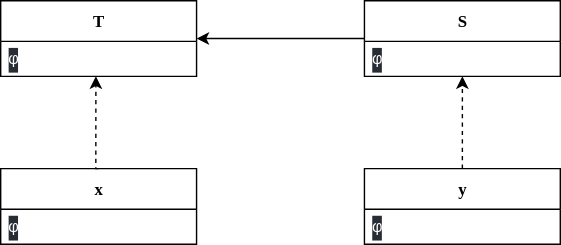
This is liskov.svg from yannicschroeer/diagrams, a draw.io export, as it was before one commit. Source tidied: cells renumbered, new cells last; positions are measured from the earlier drawing's top-left corner, leaving out a move shared by most shapes. Its diagram source:
```xml
<mxGraphModel>
  <root>
    <mxCell id="0" />
    <mxCell id="1" parent="0" />
    <mxCell id="2" value="T" style="swimlane;fontStyle=1;align=center;verticalAlign=middle;horizontal=1;startSize=29;html=1;fontFamily=Montserrat;fontSource=https%3A%2F%2Ffonts.googleapis.com%2Fcss%3Ffamily%3DMontserrat;fillColor=none;" parent="1" vertex="1">
      <mxGeometry width="140" height="54" as="geometry" />
    </mxCell>
    <mxCell id="3" value="&lt;div style=&quot;background-color: rgb(40 , 44 , 52) ; font-family: &amp;#34;menlo&amp;#34; , &amp;#34;monaco&amp;#34; , &amp;#34;courier new&amp;#34; , monospace ; line-height: 18px&quot;&gt;&lt;font color=&quot;#ffffff&quot;&gt;φ&lt;/font&gt;&lt;/div&gt;" style="text;html=1;strokeColor=none;fillColor=none;align=left;verticalAlign=middle;spacingLeft=4;spacingRight=4;overflow=hidden;points=[[0,0.5],[1,0.5]];portConstraint=eastwest;" parent="2" vertex="1">
      <mxGeometry y="29" width="140" height="25" as="geometry" />
    </mxCell>
    <mxCell id="4" style="edgeStyle=orthogonalEdgeStyle;rounded=0;jettySize=auto;html=1;exitX=0;exitY=0.5;exitDx=0;exitDy=0;fontFamily=Montserrat;fontSource=https%3A%2F%2Ffonts.googleapis.com%2Fcss%3Ffamily%3DMontserrat;fontColor=#FFFFFF;" parent="1" edge="1" source="5" target="2">
      <mxGeometry relative="1" as="geometry" />
    </mxCell>
    <mxCell id="5" value="S" style="swimlane;fontStyle=1;align=center;verticalAlign=middle;horizontal=1;startSize=29;html=1;fontFamily=Montserrat;fontSource=https%3A%2F%2Ffonts.googleapis.com%2Fcss%3Ffamily%3DMontserrat;fillColor=none;" parent="1" vertex="1">
      <mxGeometry x="260" width="140" height="54" as="geometry" />
    </mxCell>
    <mxCell id="6" value="&lt;div style=&quot;background-color: rgb(40 , 44 , 52) ; font-family: &amp;#34;menlo&amp;#34; , &amp;#34;monaco&amp;#34; , &amp;#34;courier new&amp;#34; , monospace ; line-height: 18px&quot;&gt;&lt;font color=&quot;#ffffff&quot;&gt;φ&lt;/font&gt;&lt;/div&gt;" style="text;html=1;strokeColor=none;fillColor=none;align=left;verticalAlign=middle;spacingLeft=4;spacingRight=4;overflow=hidden;points=[[0,0.5],[1,0.5]];portConstraint=eastwest;" parent="5" vertex="1">
      <mxGeometry y="29" width="140" height="25" as="geometry" />
    </mxCell>
    <mxCell id="7" style="edgeStyle=orthogonalEdgeStyle;rounded=0;jettySize=auto;html=1;exitX=0.5;exitY=0;exitDx=0;exitDy=0;entryX=0.5;entryY=1;entryDx=0;entryDy=0;entryPerimeter=0;fontFamily=Montserrat;fontSource=https%3A%2F%2Ffonts.googleapis.com%2Fcss%3Ffamily%3DMontserrat;fontColor=#FFFFFF;dashed=1;" parent="1" edge="1" source="8" target="6">
      <mxGeometry relative="1" as="geometry" />
    </mxCell>
    <mxCell id="8" value="y" style="swimlane;fontStyle=1;align=center;verticalAlign=middle;horizontal=1;startSize=29;html=1;fontFamily=Montserrat;fontSource=https%3A%2F%2Ffonts.googleapis.com%2Fcss%3Ffamily%3DMontserrat;fillColor=none;" parent="1" vertex="1">
      <mxGeometry x="260" y="120" width="140" height="54" as="geometry" />
    </mxCell>
    <mxCell id="9" value="&lt;div style=&quot;background-color: rgb(40 , 44 , 52) ; font-family: &amp;#34;menlo&amp;#34; , &amp;#34;monaco&amp;#34; , &amp;#34;courier new&amp;#34; , monospace ; line-height: 18px&quot;&gt;&lt;font color=&quot;#ffffff&quot;&gt;φ&lt;/font&gt;&lt;/div&gt;" style="text;html=1;strokeColor=none;fillColor=none;align=left;verticalAlign=middle;spacingLeft=4;spacingRight=4;overflow=hidden;" parent="8" vertex="1">
      <mxGeometry y="29" width="140" height="25" as="geometry" />
    </mxCell>
    <mxCell id="10" style="edgeStyle=orthogonalEdgeStyle;rounded=0;jettySize=auto;html=1;exitX=0.5;exitY=0;exitDx=0;exitDy=0;fontFamily=Montserrat;fontSource=https%3A%2F%2Ffonts.googleapis.com%2Fcss%3Ffamily%3DMontserrat;fontColor=#FFFFFF;entryX=0.486;entryY=1;entryDx=0;entryDy=0;entryPerimeter=0;dashed=1;" parent="1" edge="1" source="11" target="3">
      <mxGeometry relative="1" as="geometry">
        <Array as="points">
          <mxPoint x="68" y="120" />
        </Array>
      </mxGeometry>
    </mxCell>
    <mxCell id="11" value="x" style="swimlane;fontStyle=1;align=center;verticalAlign=middle;horizontal=1;startSize=29;html=1;fontFamily=Montserrat;fontSource=https%3A%2F%2Ffonts.googleapis.com%2Fcss%3Ffamily%3DMontserrat;fillColor=none;" parent="1" vertex="1">
      <mxGeometry y="120" width="140" height="54" as="geometry" />
    </mxCell>
    <mxCell id="12" value="&lt;div style=&quot;background-color: rgb(40 , 44 , 52) ; font-family: &amp;#34;menlo&amp;#34; , &amp;#34;monaco&amp;#34; , &amp;#34;courier new&amp;#34; , monospace ; line-height: 18px&quot;&gt;&lt;font color=&quot;#ffffff&quot;&gt;φ&lt;/font&gt;&lt;/div&gt;" style="text;html=1;strokeColor=none;fillColor=none;align=left;verticalAlign=middle;spacingLeft=4;spacingRight=4;overflow=hidden;" parent="11" vertex="1">
      <mxGeometry y="29" width="140" height="25" as="geometry" />
    </mxCell>
  </root>
</mxGraphModel>
```
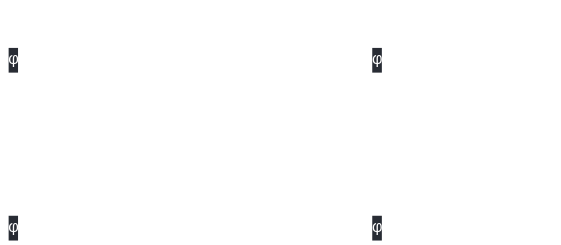
Later version of the same file.

Change to the diagram source:
```diff
@@ -2,41 +2,41 @@
   <root>
     <mxCell id="0" />
     <mxCell id="1" parent="0" />
-    <mxCell id="2" value="T" style="swimlane;fontStyle=1;align=center;verticalAlign=middle;horizontal=1;startSize=29;html=1;fontFamily=Montserrat;fontSource=https%3A%2F%2Ffonts.googleapis.com%2Fcss%3Ffamily%3DMontserrat;fillColor=none;" parent="1" vertex="1">
+    <mxCell id="2" value="T" style="swimlane;fontStyle=1;align=center;verticalAlign=middle;horizontal=1;startSize=29;html=1;fontFamily=Montserrat;fontSource=https%3A%2F%2Ffonts.googleapis.com%2Fcss%3Ffamily%3DMontserrat;fillColor=none;strokeColor=#FFFFFF;fontColor=#FFFFFF;" parent="1" vertex="1">
       <mxGeometry width="140" height="54" as="geometry" />
     </mxCell>
-    <mxCell id="3" value="&lt;div style=&quot;background-color: rgb(40 , 44 , 52) ; font-family: &amp;#34;menlo&amp;#34; , &amp;#34;monaco&amp;#34; , &amp;#34;courier new&amp;#34; , monospace ; line-height: 18px&quot;&gt;&lt;font color=&quot;#ffffff&quot;&gt;φ&lt;/font&gt;&lt;/div&gt;" style="text;html=1;strokeColor=none;fillColor=none;align=left;verticalAlign=middle;spacingLeft=4;spacingRight=4;overflow=hidden;points=[[0,0.5],[1,0.5]];portConstraint=eastwest;" parent="2" vertex="1">
+    <mxCell id="3" value="&lt;div style=&quot;background-color: rgb(40 , 44 , 52) ; font-family: &amp;quot;menlo&amp;quot; , &amp;quot;monaco&amp;quot; , &amp;quot;courier new&amp;quot; , monospace ; line-height: 18px&quot;&gt;&lt;font&gt;φ&lt;/font&gt;&lt;/div&gt;" style="text;html=1;strokeColor=#FFFFFF;fillColor=none;align=left;verticalAlign=middle;spacingLeft=4;spacingRight=4;overflow=hidden;points=[[0,0.5],[1,0.5]];portConstraint=eastwest;fontColor=#FFFFFF;" parent="2" vertex="1">
       <mxGeometry y="29" width="140" height="25" as="geometry" />
     </mxCell>
-    <mxCell id="4" style="edgeStyle=orthogonalEdgeStyle;rounded=0;jettySize=auto;html=1;exitX=0;exitY=0.5;exitDx=0;exitDy=0;fontFamily=Montserrat;fontSource=https%3A%2F%2Ffonts.googleapis.com%2Fcss%3Ffamily%3DMontserrat;fontColor=#FFFFFF;" parent="1" edge="1" source="5" target="2">
+    <mxCell id="4" style="edgeStyle=orthogonalEdgeStyle;rounded=0;jettySize=auto;html=1;exitX=0;exitY=0.5;exitDx=0;exitDy=0;fontFamily=Montserrat;fontSource=https%3A%2F%2Ffonts.googleapis.com%2Fcss%3Ffamily%3DMontserrat;fontColor=#FFFFFF;strokeColor=#FFFFFF;" parent="1" edge="1" source="5" target="2">
       <mxGeometry relative="1" as="geometry" />
     </mxCell>
-    <mxCell id="5" value="S" style="swimlane;fontStyle=1;align=center;verticalAlign=middle;horizontal=1;startSize=29;html=1;fontFamily=Montserrat;fontSource=https%3A%2F%2Ffonts.googleapis.com%2Fcss%3Ffamily%3DMontserrat;fillColor=none;" parent="1" vertex="1">
+    <mxCell id="5" value="S" style="swimlane;fontStyle=1;align=center;verticalAlign=middle;horizontal=1;startSize=29;html=1;fontFamily=Montserrat;fontSource=https%3A%2F%2Ffonts.googleapis.com%2Fcss%3Ffamily%3DMontserrat;fillColor=none;strokeColor=#FFFFFF;fontColor=#FFFFFF;" parent="1" vertex="1">
       <mxGeometry x="260" width="140" height="54" as="geometry" />
     </mxCell>
-    <mxCell id="6" value="&lt;div style=&quot;background-color: rgb(40 , 44 , 52) ; font-family: &amp;#34;menlo&amp;#34; , &amp;#34;monaco&amp;#34; , &amp;#34;courier new&amp;#34; , monospace ; line-height: 18px&quot;&gt;&lt;font color=&quot;#ffffff&quot;&gt;φ&lt;/font&gt;&lt;/div&gt;" style="text;html=1;strokeColor=none;fillColor=none;align=left;verticalAlign=middle;spacingLeft=4;spacingRight=4;overflow=hidden;points=[[0,0.5],[1,0.5]];portConstraint=eastwest;" parent="5" vertex="1">
+    <mxCell id="6" value="&lt;div style=&quot;background-color: rgb(40 , 44 , 52) ; font-family: &amp;quot;menlo&amp;quot; , &amp;quot;monaco&amp;quot; , &amp;quot;courier new&amp;quot; , monospace ; line-height: 18px&quot;&gt;&lt;font&gt;φ&lt;/font&gt;&lt;/div&gt;" style="text;html=1;strokeColor=#FFFFFF;fillColor=none;align=left;verticalAlign=middle;spacingLeft=4;spacingRight=4;overflow=hidden;points=[[0,0.5],[1,0.5]];portConstraint=eastwest;fontColor=#FFFFFF;" parent="5" vertex="1">
       <mxGeometry y="29" width="140" height="25" as="geometry" />
     </mxCell>
-    <mxCell id="7" style="edgeStyle=orthogonalEdgeStyle;rounded=0;jettySize=auto;html=1;exitX=0.5;exitY=0;exitDx=0;exitDy=0;entryX=0.5;entryY=1;entryDx=0;entryDy=0;entryPerimeter=0;fontFamily=Montserrat;fontSource=https%3A%2F%2Ffonts.googleapis.com%2Fcss%3Ffamily%3DMontserrat;fontColor=#FFFFFF;dashed=1;" parent="1" edge="1" source="8" target="6">
+    <mxCell id="7" style="edgeStyle=orthogonalEdgeStyle;rounded=0;jettySize=auto;html=1;exitX=0.5;exitY=0;exitDx=0;exitDy=0;entryX=0.5;entryY=1;entryDx=0;entryDy=0;entryPerimeter=0;fontFamily=Montserrat;fontSource=https%3A%2F%2Ffonts.googleapis.com%2Fcss%3Ffamily%3DMontserrat;fontColor=#FFFFFF;dashed=1;strokeColor=#FFFFFF;" parent="1" edge="1" source="8" target="6">
       <mxGeometry relative="1" as="geometry" />
     </mxCell>
-    <mxCell id="8" value="y" style="swimlane;fontStyle=1;align=center;verticalAlign=middle;horizontal=1;startSize=29;html=1;fontFamily=Montserrat;fontSource=https%3A%2F%2Ffonts.googleapis.com%2Fcss%3Ffamily%3DMontserrat;fillColor=none;" parent="1" vertex="1">
+    <mxCell id="8" value="y" style="swimlane;fontStyle=1;align=center;verticalAlign=middle;horizontal=1;startSize=29;html=1;fontFamily=Montserrat;fontSource=https%3A%2F%2Ffonts.googleapis.com%2Fcss%3Ffamily%3DMontserrat;fillColor=none;strokeColor=#FFFFFF;fontColor=#FFFFFF;" parent="1" vertex="1">
       <mxGeometry x="260" y="120" width="140" height="54" as="geometry" />
     </mxCell>
-    <mxCell id="9" value="&lt;div style=&quot;background-color: rgb(40 , 44 , 52) ; font-family: &amp;#34;menlo&amp;#34; , &amp;#34;monaco&amp;#34; , &amp;#34;courier new&amp;#34; , monospace ; line-height: 18px&quot;&gt;&lt;font color=&quot;#ffffff&quot;&gt;φ&lt;/font&gt;&lt;/div&gt;" style="text;html=1;strokeColor=none;fillColor=none;align=left;verticalAlign=middle;spacingLeft=4;spacingRight=4;overflow=hidden;" parent="8" vertex="1">
+    <mxCell id="9" value="&lt;div style=&quot;background-color: rgb(40 , 44 , 52) ; font-family: &amp;quot;menlo&amp;quot; , &amp;quot;monaco&amp;quot; , &amp;quot;courier new&amp;quot; , monospace ; line-height: 18px&quot;&gt;&lt;font&gt;φ&lt;/font&gt;&lt;/div&gt;" style="text;html=1;strokeColor=#FFFFFF;fillColor=none;align=left;verticalAlign=middle;spacingLeft=4;spacingRight=4;overflow=hidden;fontColor=#FFFFFF;" parent="8" vertex="1">
       <mxGeometry y="29" width="140" height="25" as="geometry" />
     </mxCell>
-    <mxCell id="10" style="edgeStyle=orthogonalEdgeStyle;rounded=0;jettySize=auto;html=1;exitX=0.5;exitY=0;exitDx=0;exitDy=0;fontFamily=Montserrat;fontSource=https%3A%2F%2Ffonts.googleapis.com%2Fcss%3Ffamily%3DMontserrat;fontColor=#FFFFFF;entryX=0.486;entryY=1;entryDx=0;entryDy=0;entryPerimeter=0;dashed=1;" parent="1" edge="1" source="11" target="3">
+    <mxCell id="10" style="edgeStyle=orthogonalEdgeStyle;rounded=0;jettySize=auto;html=1;exitX=0.5;exitY=0;exitDx=0;exitDy=0;fontFamily=Montserrat;fontSource=https%3A%2F%2Ffonts.googleapis.com%2Fcss%3Ffamily%3DMontserrat;fontColor=#FFFFFF;entryX=0.486;entryY=1;entryDx=0;entryDy=0;entryPerimeter=0;dashed=1;strokeColor=#FFFFFF;" parent="1" edge="1" source="11" target="3">
       <mxGeometry relative="1" as="geometry">
         <Array as="points">
           <mxPoint x="68" y="120" />
         </Array>
       </mxGeometry>
     </mxCell>
-    <mxCell id="11" value="x" style="swimlane;fontStyle=1;align=center;verticalAlign=middle;horizontal=1;startSize=29;html=1;fontFamily=Montserrat;fontSource=https%3A%2F%2Ffonts.googleapis.com%2Fcss%3Ffamily%3DMontserrat;fillColor=none;" parent="1" vertex="1">
+    <mxCell id="11" value="x" style="swimlane;fontStyle=1;align=center;verticalAlign=middle;horizontal=1;startSize=29;html=1;fontFamily=Montserrat;fontSource=https%3A%2F%2Ffonts.googleapis.com%2Fcss%3Ffamily%3DMontserrat;fillColor=none;strokeColor=#FFFFFF;fontColor=#FFFFFF;" parent="1" vertex="1">
       <mxGeometry y="120" width="140" height="54" as="geometry" />
     </mxCell>
-    <mxCell id="12" value="&lt;div style=&quot;background-color: rgb(40 , 44 , 52) ; font-family: &amp;#34;menlo&amp;#34; , &amp;#34;monaco&amp;#34; , &amp;#34;courier new&amp;#34; , monospace ; line-height: 18px&quot;&gt;&lt;font color=&quot;#ffffff&quot;&gt;φ&lt;/font&gt;&lt;/div&gt;" style="text;html=1;strokeColor=none;fillColor=none;align=left;verticalAlign=middle;spacingLeft=4;spacingRight=4;overflow=hidden;" parent="11" vertex="1">
+    <mxCell id="12" value="&lt;div style=&quot;background-color: rgb(40 , 44 , 52) ; font-family: &amp;quot;menlo&amp;quot; , &amp;quot;monaco&amp;quot; , &amp;quot;courier new&amp;quot; , monospace ; line-height: 18px&quot;&gt;&lt;font&gt;φ&lt;/font&gt;&lt;/div&gt;" style="text;html=1;strokeColor=#FFFFFF;fillColor=none;align=left;verticalAlign=middle;spacingLeft=4;spacingRight=4;overflow=hidden;fontColor=#FFFFFF;" parent="11" vertex="1">
       <mxGeometry y="29" width="140" height="25" as="geometry" />
     </mxCell>
   </root>
```
